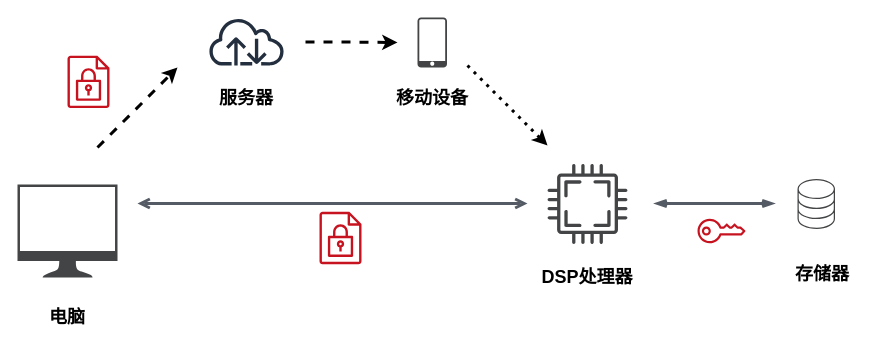
Above: page "AES-128" (2 of 6) of DSP_UART.drawio in yintianlan/Picture_Draw (draw.io), before the change. Source tidied: cells renumbered, new cells numbered last; positions are measured from the earlier drawing's top-left corner, leaving out a move shared by most shapes. Both pictures are drawn from the tidied source at 100%, with x=0, y=0 at pixel (17, 17).
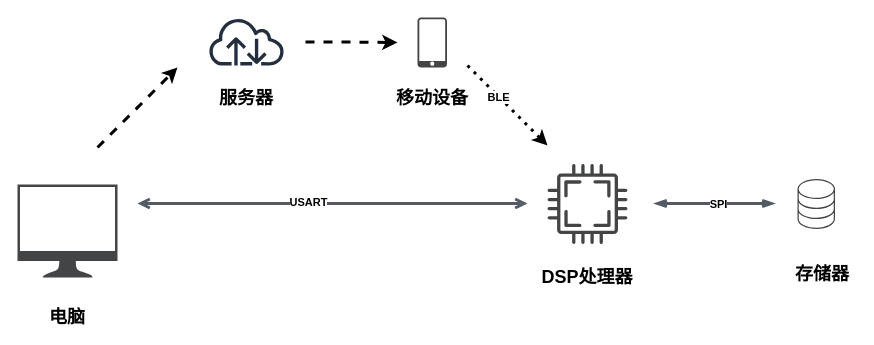
Above is the later version.

Unchanged cells that the change refers to:
```xml
<mxCell id="3" style="edgeStyle=orthogonalEdgeStyle;html=1;endArrow=open;elbow=vertical;startArrow=open;startFill=0;endFill=0;strokeColor=#545B64;rounded=0;strokeWidth=3;" parent="1" edge="1">
  <mxGeometry relative="1" as="geometry">
    <mxPoint x="120" y="186" as="sourcePoint" />
    <mxPoint x="510" y="186" as="targetPoint" />
  </mxGeometry>
</mxCell>
<mxCell id="8" style="edgeStyle=orthogonalEdgeStyle;html=1;endArrow=openThin;elbow=vertical;startArrow=openThin;startFill=0;endFill=0;strokeColor=#545B64;rounded=0;strokeWidth=3;" parent="1" edge="1">
  <mxGeometry relative="1" as="geometry">
    <mxPoint x="637" y="186" as="sourcePoint" />
    <mxPoint x="757" y="186" as="targetPoint" />
    <Array as="points">
      <mxPoint x="657" y="186" />
      <mxPoint x="657" y="186" />
    </Array>
  </mxGeometry>
</mxCell>
<mxCell id="14" style="endArrow=classic;html=1;strokeWidth=3;dashed=1;dashPattern=1 2;" parent="1" edge="1">
  <mxGeometry relative="1" as="geometry">
    <mxPoint x="450" y="48" as="sourcePoint" />
    <mxPoint x="530" y="128" as="targetPoint" />
  </mxGeometry>
</mxCell>
```

Change to the diagram source:
```diff
@@
+    <mxCell id="20" value="USART" style="edgeLabel;html=1;align=center;verticalAlign=middle;fontStyle=1;" parent="3" vertex="1">
+      <mxGeometry x="-0.06" y="2" relative="1" as="geometry">
+        <mxPoint x="-13" as="offset" />
+      </mxGeometry>
+    </mxCell>
@@
+    <mxCell id="21" value="&lt;b&gt;SPI&lt;/b&gt;" style="edgeLabel;html=1;align=center;verticalAlign=middle;" parent="8" vertex="1">
+      <mxGeometry x="-0.2" y="-1" relative="1" as="geometry">
+        <mxPoint x="15.6" y="-0.5" as="offset" />
+      </mxGeometry>
+    </mxCell>
@@
-    <mxCell id="11" style="fontColor=#232F3E;gradientColor=none;fillColor=#C7131F;strokeColor=none;dashed=0;verticalLabelPosition=bottom;verticalAlign=top;align=center;html=1;fontSize=12;fontStyle=0;shape=mxgraph.aws4.encrypted_data;" parent="1" vertex="1">
-      <mxGeometry x="302" y="194.1" width="42" height="52.8" as="geometry" />
-    </mxCell>
-    <mxCell id="12" style="fontColor=#232F3E;gradientColor=none;fillColor=#C7131F;strokeColor=none;dashed=0;verticalLabelPosition=bottom;verticalAlign=top;align=center;html=1;fontSize=12;fontStyle=0;shape=mxgraph.aws4.encrypted_data;" parent="1" vertex="1">
-      <mxGeometry x="50" y="38" width="42" height="52.8" as="geometry" />
-    </mxCell>
-    <mxCell id="13" style="fontColor=#232F3E;gradientColor=none;fillColor=#C7131F;strokeColor=none;dashed=0;verticalLabelPosition=bottom;verticalAlign=top;align=center;html=1;fontSize=12;fontStyle=0;shape=mxgraph.aws4.addon;" parent="1" vertex="1">
-      <mxGeometry x="680" y="201.2" width="48" height="24.6" as="geometry" />
-    </mxCell>
@@
+    <mxCell id="22" value="&lt;b&gt;BLE&lt;/b&gt;" style="edgeLabel;html=1;align=center;verticalAlign=middle;" parent="14" vertex="1">
+      <mxGeometry x="-0.22" y="-1" relative="1" as="geometry" />
+    </mxCell>
```
